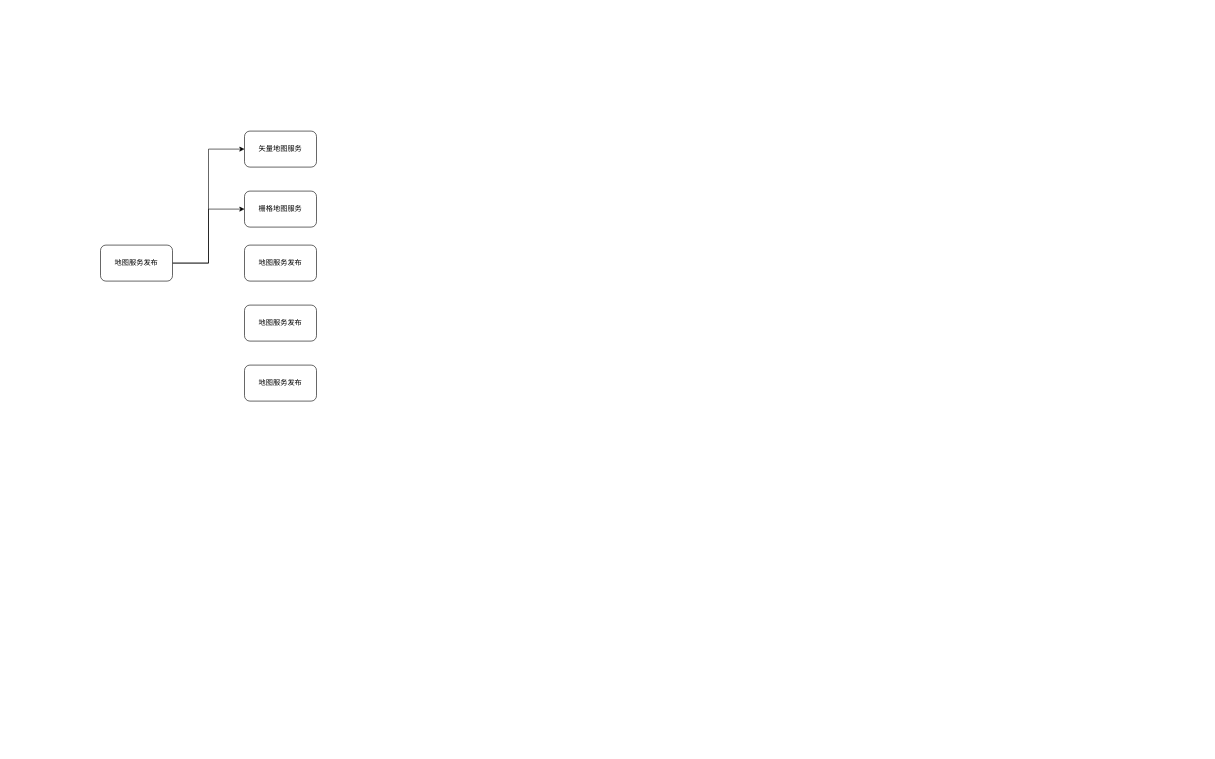
Earlier version of the draw.io diagram page "地图发布服务流程" (11 of 11) of Untitled Diagram.drawio (BTT-DONT/Gis). Source tidied: cells renumbered, new cells numbered last; positions are measured from the earlier drawing's top-left corner, leaving out a move shared by most shapes. Both pictures are drawn from the tidied source at 60%, with x=0, y=0 at pixel (100, 131).
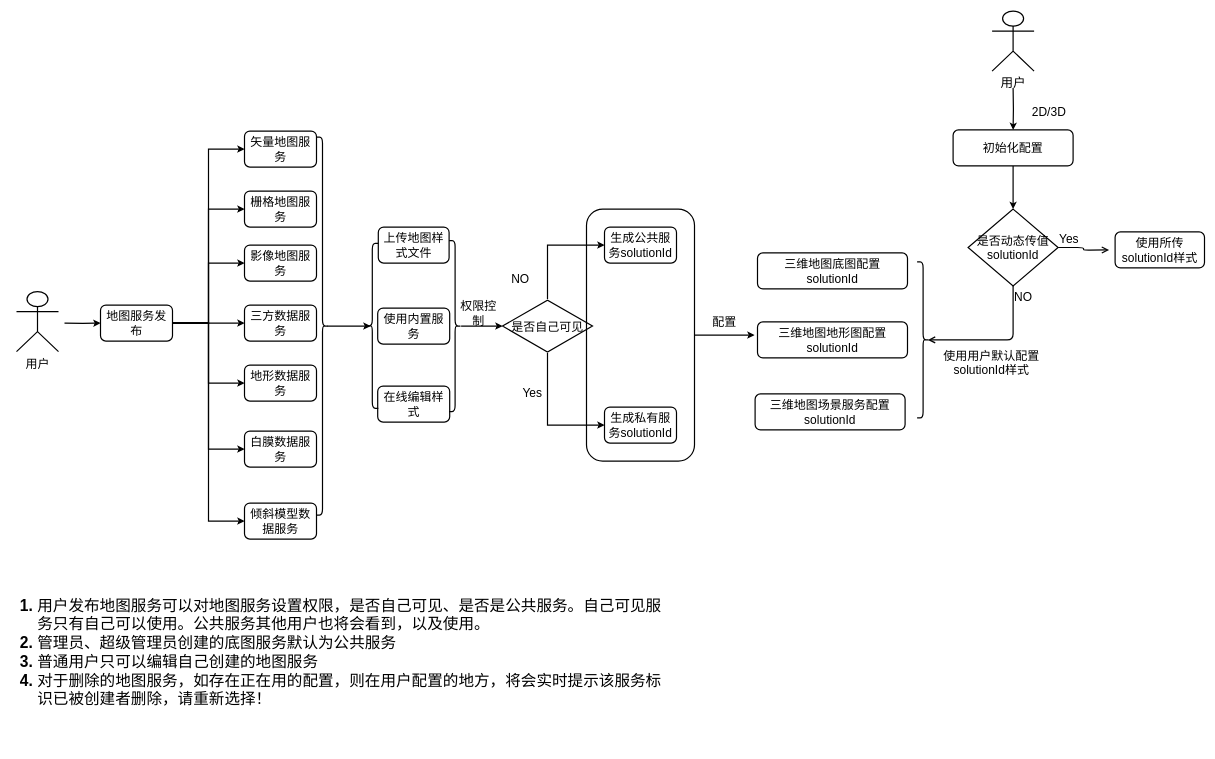
The same diagram, later.

What changed in the source:
```diff
@@
-    <mxCell id="2" style="edgeStyle=orthogonalEdgeStyle;rounded=0;jettySize=auto;html=1;entryX=0;entryY=0.5;entryDx=0;entryDy=0;" parent="1" edge="1" source="4" target="5">
+    <mxCell id="2" style="edgeStyle=orthogonalEdgeStyle;rounded=0;jettySize=auto;html=1;entryX=0;entryY=0.5;entryDx=0;entryDy=0;fontSize=20;strokeWidth=2;" parent="1" edge="1" source="4" target="5">
       <mxGeometry relative="1" as="geometry" />
     </mxCell>
-    <mxCell id="3" style="edgeStyle=orthogonalEdgeStyle;rounded=0;jettySize=auto;html=1;entryX=0;entryY=0.5;entryDx=0;entryDy=0;" parent="1" edge="1" source="4" target="6">
+    <mxCell id="3" style="edgeStyle=orthogonalEdgeStyle;rounded=0;jettySize=auto;html=1;entryX=0;entryY=0.5;entryDx=0;entryDy=0;fontSize=20;strokeWidth=2;" parent="1" edge="1" source="4" target="6">
       <mxGeometry relative="1" as="geometry" />
     </mxCell>
+    <mxCell id="10" style="edgeStyle=orthogonalEdgeStyle;rounded=0;jettySize=auto;html=1;entryX=0;entryY=0.5;entryDx=0;entryDy=0;fontSize=20;strokeWidth=2;" parent="1" edge="1" source="4" target="7">
+      <mxGeometry relative="1" as="geometry" />
+    </mxCell>
+    <mxCell id="11" style="edgeStyle=orthogonalEdgeStyle;rounded=0;jettySize=auto;html=1;entryX=0;entryY=0.5;entryDx=0;entryDy=0;fontSize=20;strokeWidth=2;" parent="1" edge="1" source="4" target="8">
+      <mxGeometry relative="1" as="geometry" />
+    </mxCell>
+    <mxCell id="12" style="edgeStyle=orthogonalEdgeStyle;rounded=0;jettySize=auto;html=1;entryX=0;entryY=0.5;entryDx=0;entryDy=0;fontSize=20;strokeWidth=2;" parent="1" edge="1" source="4" target="9">
+      <mxGeometry relative="1" as="geometry" />
+    </mxCell>
+    <mxCell id="13" style="edgeStyle=orthogonalEdgeStyle;rounded=0;jettySize=auto;html=1;entryX=0;entryY=0.5;entryDx=0;entryDy=0;fontSize=20;strokeWidth=2;" parent="1" edge="1" source="4" target="16">
+      <mxGeometry relative="1" as="geometry" />
+    </mxCell>
+    <mxCell id="14" style="edgeStyle=orthogonalEdgeStyle;rounded=0;jettySize=auto;html=1;entryX=0;entryY=0.5;entryDx=0;entryDy=0;fontSize=20;strokeWidth=2;" parent="1" edge="1" source="4" target="15">
+      <mxGeometry relative="1" as="geometry" />
+    </mxCell>
-    <mxCell id="4" value="地图服务发布" style="rounded=1;whiteSpace=wrap;html=1;" parent="1" vertex="1">
-      <mxGeometry y="190" width="120" height="60" as="geometry" />
+    <mxCell id="4" value="&lt;font style=&quot;font-size: 20px;&quot;&gt;地图服务发布&lt;/font&gt;" style="rounded=1;whiteSpace=wrap;html=1;fontSize=20;strokeWidth=2;" parent="1" vertex="1">
+      <mxGeometry y="290" width="120" height="60" as="geometry" />
     </mxCell>
-    <mxCell id="5" value="矢量地图服务" style="rounded=1;whiteSpace=wrap;html=1;" parent="1" vertex="1">
+    <mxCell id="5" value="&lt;font style=&quot;font-size: 20px;&quot;&gt;矢量地图服务&lt;/font&gt;" style="rounded=1;whiteSpace=wrap;html=1;fontSize=20;strokeWidth=2;" parent="1" vertex="1">
       <mxGeometry x="240" width="120" height="60" as="geometry" />
     </mxCell>
-    <mxCell id="6" value="栅格地图服务" style="rounded=1;whiteSpace=wrap;html=1;" parent="1" vertex="1">
+    <mxCell id="6" value="&lt;font style=&quot;font-size: 20px;&quot;&gt;栅格地图服务&lt;/font&gt;" style="rounded=1;whiteSpace=wrap;html=1;fontSize=20;strokeWidth=2;" parent="1" vertex="1">
       <mxGeometry x="240" y="100" width="120" height="60" as="geometry" />
     </mxCell>
-    <mxCell id="7" value="地图服务发布" style="rounded=1;whiteSpace=wrap;html=1;" parent="1" vertex="1">
+    <mxCell id="7" value="&lt;font style=&quot;font-size: 20px;&quot;&gt;影像地图服务&lt;/font&gt;" style="rounded=1;whiteSpace=wrap;html=1;fontSize=20;strokeWidth=2;" parent="1" vertex="1">
       <mxGeometry x="240" y="190" width="120" height="60" as="geometry" />
     </mxCell>
-    <mxCell id="8" value="地图服务发布" style="rounded=1;whiteSpace=wrap;html=1;" parent="1" vertex="1">
+    <mxCell id="8" value="&lt;font style=&quot;font-size: 20px;&quot;&gt;三方数据服务&lt;/font&gt;" style="rounded=1;whiteSpace=wrap;html=1;fontSize=20;strokeWidth=2;" parent="1" vertex="1">
       <mxGeometry x="240" y="290" width="120" height="60" as="geometry" />
     </mxCell>
-    <mxCell id="9" value="地图服务发布" style="rounded=1;whiteSpace=wrap;html=1;" parent="1" vertex="1">
+    <mxCell id="9" value="&lt;font style=&quot;font-size: 20px;&quot;&gt;地形数据服务&lt;/font&gt;" style="rounded=1;whiteSpace=wrap;html=1;fontSize=20;strokeWidth=2;" parent="1" vertex="1">
       <mxGeometry x="240" y="390" width="120" height="60" as="geometry" />
     </mxCell>
+    <mxCell id="15" value="&lt;font style=&quot;font-size: 20px;&quot;&gt;倾斜模型数据服务&lt;/font&gt;" style="rounded=1;whiteSpace=wrap;html=1;fontSize=20;strokeWidth=2;" parent="1" vertex="1">
+      <mxGeometry x="240" y="620" width="120" height="60" as="geometry" />
+    </mxCell>
+    <mxCell id="16" value="&lt;font style=&quot;font-size: 20px;&quot;&gt;白膜数据服务&lt;/font&gt;" style="rounded=1;whiteSpace=wrap;html=1;fontSize=20;strokeWidth=2;" parent="1" vertex="1">
+      <mxGeometry x="240" y="500" width="120" height="60" as="geometry" />
+    </mxCell>
+    <mxCell id="17" style="edgeStyle=orthogonalEdgeStyle;rounded=0;jettySize=auto;html=1;exitX=0.1;exitY=0.5;exitDx=0;exitDy=0;exitPerimeter=0;fontSize=20;strokeWidth=2;" parent="1" edge="1" source="18">
+      <mxGeometry relative="1" as="geometry">
+        <mxPoint x="450" y="325" as="targetPoint" />
+      </mxGeometry>
+    </mxCell>
+    <mxCell id="18" style="shape=curlyBracket;whiteSpace=wrap;html=1;rounded=1;flipH=1;fontSize=20;strokeWidth=2;" parent="1" vertex="1">
+      <mxGeometry x="360" y="10" width="20" height="630" as="geometry" />
+    </mxCell>
+    <mxCell id="19" value="&lt;font style=&quot;font-size: 20px;&quot;&gt;生成公共服务solutionId&lt;/font&gt;" style="rounded=1;whiteSpace=wrap;html=1;fontSize=20;strokeWidth=2;" parent="1" vertex="1">
+      <mxGeometry x="840" y="160" width="120" height="60" as="geometry" />
+    </mxCell>
+    <mxCell id="20" style="edgeStyle=orthogonalEdgeStyle;rounded=0;jettySize=auto;html=1;fontSize=20;strokeWidth=2;" parent="1" edge="1" source="22" target="19">
+      <mxGeometry relative="1" as="geometry">
+        <Array as="points">
+          <mxPoint x="745" y="190" />
+          <mxPoint x="960" y="190" />
+        </Array>
+      </mxGeometry>
+    </mxCell>
+    <mxCell id="21" style="edgeStyle=orthogonalEdgeStyle;rounded=0;jettySize=auto;html=1;entryX=0;entryY=0.5;entryDx=0;entryDy=0;fontSize=20;strokeWidth=2;" parent="1" edge="1" source="22" target="25">
+      <mxGeometry relative="1" as="geometry">
+        <Array as="points">
+          <mxPoint x="745" y="490" />
+        </Array>
+      </mxGeometry>
+    </mxCell>
+    <mxCell id="22" value="&lt;font style=&quot;font-size: 20px;&quot;&gt;是否自己可见&lt;/font&gt;" style="html=1;whiteSpace=wrap;shape=isoRectangle;fontSize=20;strokeWidth=2;" parent="1" vertex="1">
+      <mxGeometry x="670" y="280" width="150" height="90" as="geometry" />
+    </mxCell>
+    <mxCell id="23" value="&lt;font style=&quot;font-size: 20px;&quot;&gt;NO&lt;/font&gt;" style="text;html=1;strokeColor=none;fillColor=none;align=center;verticalAlign=middle;whiteSpace=wrap;rounded=0;fontSize=20;strokeWidth=2;" parent="1" vertex="1">
+      <mxGeometry x="670" y="220" width="60" height="50" as="geometry" />
+    </mxCell>
+    <mxCell id="24" value="&lt;span style=&quot;font-size: 20px;&quot;&gt;Yes&lt;/span&gt;" style="text;html=1;strokeColor=none;fillColor=none;align=center;verticalAlign=middle;whiteSpace=wrap;rounded=0;fontSize=20;strokeWidth=2;" parent="1" vertex="1">
+      <mxGeometry x="690" y="410" width="60" height="50" as="geometry" />
+    </mxCell>
+    <mxCell id="25" value="&lt;font style=&quot;font-size: 20px;&quot;&gt;生成私有服务solutionId&lt;/font&gt;" style="rounded=1;whiteSpace=wrap;html=1;fontSize=20;strokeWidth=2;" parent="1" vertex="1">
+      <mxGeometry x="840" y="460" width="120" height="60" as="geometry" />
+    </mxCell>
+    <mxCell id="26" value="&lt;font style=&quot;font-size: 20px;&quot;&gt;上传地图样式文件&lt;/font&gt;" style="rounded=1;whiteSpace=wrap;html=1;fontSize=20;strokeWidth=2;" parent="1" vertex="1">
+      <mxGeometry x="463" y="160" width="118" height="60" as="geometry" />
+    </mxCell>
+    <mxCell id="27" value="&lt;font style=&quot;font-size: 20px;&quot;&gt;权限控制&lt;/font&gt;" style="text;html=1;strokeColor=none;fillColor=none;align=center;verticalAlign=middle;whiteSpace=wrap;rounded=0;fontSize=20;strokeWidth=2;" parent="1" vertex="1">
+      <mxGeometry x="590" y="270" width="80" height="65" as="geometry" />
+    </mxCell>
+    <mxCell id="28" style="edgeStyle=orthogonalEdgeStyle;rounded=0;jettySize=auto;html=1;entryX=0.5;entryY=0;entryDx=0;entryDy=0;fontSize=20;strokeWidth=2;" parent="1" edge="1" target="42">
+      <mxGeometry relative="1" as="geometry">
+        <mxPoint x="1521" y="-72" as="sourcePoint" />
+      </mxGeometry>
+    </mxCell>
+    <mxCell id="29" value="&lt;font style=&quot;font-size: 20px;&quot;&gt;三维地图底图配置&lt;br style=&quot;font-size: 20px;&quot;&gt;&lt;/font&gt;&lt;span style=&quot;font-size: 20px;&quot;&gt;solutionId&lt;/span&gt;" style="rounded=1;whiteSpace=wrap;html=1;fillColor=none;fontSize=20;strokeWidth=2;" parent="1" vertex="1">
+      <mxGeometry x="1095" y="203" width="250" height="60" as="geometry" />
+    </mxCell>
+    <mxCell id="30" value="&lt;font style=&quot;font-size: 20px;&quot;&gt;三维地图地形图配置&lt;/font&gt;&lt;span style=&quot;font-size: 20px;&quot;&gt;solutionId&lt;/span&gt;" style="rounded=1;whiteSpace=wrap;html=1;fillColor=none;fontSize=20;strokeWidth=2;" parent="1" vertex="1">
+      <mxGeometry x="1095" y="318" width="250" height="60" as="geometry" />
+    </mxCell>
+    <mxCell id="31" value="&lt;font style=&quot;font-size: 20px;&quot;&gt;三维地图场景服务配置&lt;/font&gt;&lt;span style=&quot;font-size: 20px;&quot;&gt;solutionId&lt;/span&gt;" style="rounded=1;whiteSpace=wrap;html=1;fillColor=none;fontSize=20;strokeWidth=2;" parent="1" vertex="1">
+      <mxGeometry x="1091" y="438" width="250" height="60" as="geometry" />
+    </mxCell>
+    <mxCell id="32" value="&lt;span style=&quot;font-size: 20px;&quot;&gt;使用内置服务&lt;/span&gt;" style="rounded=1;whiteSpace=wrap;html=1;fontSize=20;strokeWidth=2;" parent="1" vertex="1">
+      <mxGeometry x="462" y="295" width="120" height="60" as="geometry" />
+    </mxCell>
+    <mxCell id="33" value="&lt;span style=&quot;font-size: 20px;&quot;&gt;在线编辑样式&lt;/span&gt;" style="rounded=1;whiteSpace=wrap;html=1;fontSize=20;strokeWidth=2;" parent="1" vertex="1">
+      <mxGeometry x="462" y="425" width="120" height="60" as="geometry" />
+    </mxCell>
+    <mxCell id="34" style="edgeStyle=orthogonalEdgeStyle;rounded=0;jettySize=auto;html=1;fontSize=20;strokeWidth=2;" parent="1" edge="1" source="35" target="22">
+      <mxGeometry relative="1" as="geometry">
+        <Array as="points">
+          <mxPoint x="620" y="325" />
+          <mxPoint x="620" y="325" />
+        </Array>
+      </mxGeometry>
+    </mxCell>
+    <mxCell id="35" style="shape=curlyBracket;whiteSpace=wrap;html=1;rounded=1;flipH=1;fillColor=none;fontSize=20;strokeWidth=2;" parent="1" vertex="1">
+      <mxGeometry x="581" y="182.5" width="20" height="285" as="geometry" />
+    </mxCell>
+    <mxCell id="36" style="shape=curlyBracket;whiteSpace=wrap;html=1;rounded=1;fillColor=none;fontSize=20;strokeWidth=2;" parent="1" vertex="1">
+      <mxGeometry x="443" y="187" width="20" height="275" as="geometry" />
+    </mxCell>
+    <mxCell id="37" style="edgeStyle=orthogonalEdgeStyle;rounded=0;jettySize=auto;html=1;fontSize=20;strokeWidth=2;" parent="1" edge="1" source="38">
+      <mxGeometry relative="1" as="geometry">
+        <mxPoint x="1090" y="340" as="targetPoint" />
+      </mxGeometry>
+    </mxCell>
+    <mxCell id="38" style="rounded=1;whiteSpace=wrap;html=1;fillColor=none;fontSize=20;strokeWidth=2;" parent="1" vertex="1">
+      <mxGeometry x="810" y="130" width="180" height="420" as="geometry" />
+    </mxCell>
+    <mxCell id="39" value="&lt;font style=&quot;font-size: 20px;&quot;&gt;配置&lt;/font&gt;" style="text;html=1;strokeColor=none;fillColor=none;align=center;verticalAlign=middle;whiteSpace=wrap;rounded=0;fontSize=20;strokeWidth=2;" parent="1" vertex="1">
+      <mxGeometry x="990" y="265" width="100" height="105" as="geometry" />
+    </mxCell>
+    <mxCell id="40" style="edgeStyle=orthogonalEdgeStyle;rounded=0;jettySize=auto;html=1;entryX=0;entryY=0.5;entryDx=0;entryDy=0;fontSize=20;spacing=4;strokeWidth=2;" parent="1" edge="1" target="4">
+      <mxGeometry relative="1" as="geometry">
+        <mxPoint x="-60" y="320" as="sourcePoint" />
+      </mxGeometry>
+    </mxCell>
+    <mxCell id="41" style="edgeStyle=orthogonalEdgeStyle;rounded=0;jettySize=auto;html=1;entryX=0.5;entryY=0;entryDx=0;entryDy=0;strokeColor=#000000;fontSize=20;strokeWidth=2;" parent="1" edge="1" source="42" target="44">
+      <mxGeometry relative="1" as="geometry" />
+    </mxCell>
+    <mxCell id="42" value="&lt;span style=&quot;font-size: 20px;&quot;&gt;初始化配置&lt;/span&gt;" style="rounded=1;whiteSpace=wrap;html=1;fillColor=none;fontSize=20;strokeWidth=2;" parent="1" vertex="1">
+      <mxGeometry x="1421" y="-2" width="200" height="60" as="geometry" />
+    </mxCell>
+    <mxCell id="43" value="&lt;font style=&quot;font-size: 20px;&quot;&gt;2D/3D&lt;/font&gt;" style="text;html=1;strokeColor=none;fillColor=none;align=center;verticalAlign=middle;whiteSpace=wrap;rounded=0;fontSize=20;strokeWidth=2;" parent="1" vertex="1">
+      <mxGeometry x="1551" y="-62" width="60" height="60" as="geometry" />
+    </mxCell>
+    <mxCell id="44" value="&lt;span style=&quot;font-size: 20px;&quot;&gt;是否动态传值solutionId&lt;/span&gt;" style="rhombus;whiteSpace=wrap;html=1;fillColor=#FFFFFF;fontSize=20;strokeWidth=2;" parent="1" vertex="1">
+      <mxGeometry x="1446" y="130" width="150" height="128" as="geometry" />
+    </mxCell>
+    <mxCell id="45" value="&lt;span style=&quot;font-size: 20px;&quot;&gt;Yes&lt;/span&gt;" style="edgeStyle=orthogonalEdgeStyle;html=1;align=left;verticalAlign=bottom;endArrow=open;endSize=8;fontSize=20;strokeWidth=2;" parent="1" edge="1" source="44">
+      <mxGeometry x="-1" relative="1" as="geometry">
+        <mxPoint x="1681" y="198" as="targetPoint" />
+      </mxGeometry>
+    </mxCell>
+    <mxCell id="46" value="&lt;font style=&quot;font-size: 20px;&quot;&gt;NO&lt;/font&gt;" style="edgeStyle=orthogonalEdgeStyle;html=1;align=left;verticalAlign=top;endArrow=open;endSize=8;entryX=0.1;entryY=0.5;entryDx=0;entryDy=0;entryPerimeter=0;fontSize=20;strokeWidth=2;" parent="1" edge="1" source="44" target="47">
+      <mxGeometry x="-1" relative="1" as="geometry">
+        <Array as="points">
+          <mxPoint x="1521" y="348" />
+        </Array>
+      </mxGeometry>
+    </mxCell>
+    <mxCell id="47" style="shape=curlyBracket;whiteSpace=wrap;html=1;rounded=1;flipH=1;strokeColor=#000000;fillColor=#FFFFFF;fontSize=20;strokeWidth=2;" parent="1" vertex="1">
+      <mxGeometry x="1361" y="218" width="20" height="260" as="geometry" />
+    </mxCell>
+    <mxCell id="48" value="&lt;font style=&quot;font-size: 20px;&quot;&gt;使用用户默认配置solutionId样式&lt;/font&gt;" style="text;html=1;strokeColor=none;fillColor=none;align=center;verticalAlign=middle;whiteSpace=wrap;rounded=0;fontSize=20;strokeWidth=2;" parent="1" vertex="1">
+      <mxGeometry x="1400" y="350" width="170" height="72" as="geometry" />
+    </mxCell>
+    <mxCell id="49" value="&lt;font style=&quot;font-size: 20px;&quot;&gt;使用所传solutionId样式&lt;/font&gt;" style="rounded=1;whiteSpace=wrap;html=1;strokeColor=#000000;fillColor=#FFFFFF;fontSize=20;strokeWidth=2;" parent="1" vertex="1">
+      <mxGeometry x="1691" y="168" width="149" height="60" as="geometry" />
+    </mxCell>
+    <mxCell id="50" value="&lt;h1 style=&quot;font-size: 26px&quot;&gt;&lt;ol&gt;&lt;li&gt;&lt;font style=&quot;font-size: 26px ; font-weight: normal&quot;&gt;用户发布地图服务可以对地图服务设置权限，是否自己可见、是否是公共服务。自己可见服务只有自己可以使用。公共服务其他用户也将会看到，以及使用。&lt;/font&gt;&lt;/li&gt;&lt;li&gt;&lt;font style=&quot;font-size: 26px ; font-weight: normal&quot;&gt;管理员、超级管理员创建的底图服务默认为公共服务&lt;/font&gt;&lt;/li&gt;&lt;li&gt;&lt;font style=&quot;font-size: 26px ; font-weight: normal&quot;&gt;普通用户只可以编辑自己创建的地图服务&lt;/font&gt;&lt;/li&gt;&lt;li&gt;&lt;span style=&quot;font-weight: normal&quot;&gt;&lt;font style=&quot;font-size: 26px&quot;&gt;对于删除的地图服务，如存在正在用的配置，则在用户配置的地方，将会实时提示&lt;/font&gt;该服务标识已被创建者删除，请重新选择&lt;span&gt;！&lt;/span&gt;&lt;/span&gt;&lt;/li&gt;&lt;/ol&gt;&lt;/h1&gt;&lt;div style=&quot;font-size: 23px&quot;&gt;&lt;br&gt;&lt;/div&gt;" style="text;html=1;strokeColor=none;fillColor=none;spacing=5;spacingTop=-20;whiteSpace=wrap;overflow=hidden;rounded=0;align=left;" parent="1" vertex="1">
+      <mxGeometry x="-150" y="760" width="1110" height="270" as="geometry" />
+    </mxCell>
+    <mxCell id="51" value="用户" style="shape=umlActor;verticalLabelPosition=bottom;verticalAlign=top;html=1;fontSize=20;fontColor=#000000;strokeColor=#000000;fillColor=#FFFFFF;spacing=4;strokeWidth=2;" parent="1" vertex="1">
+      <mxGeometry x="-140" y="267.5" width="70" height="100" as="geometry" />
+    </mxCell>
+    <mxCell id="52" value="用户" style="shape=umlActor;verticalLabelPosition=bottom;verticalAlign=top;html=1;fontSize=21;fontColor=#000000;strokeColor=#000000;fillColor=#FFFFFF;strokeWidth=2;" parent="1" vertex="1">
+      <mxGeometry x="1486" y="-200" width="70" height="100" as="geometry" />
+    </mxCell>
```
